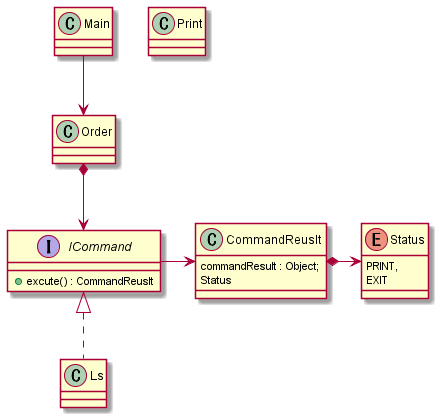
Earlier version of the PlantUML export rust-order/out/クラス図/クラス図/RustOrderクラス図.png (elm-niconico/AppDesign). The source it was exported from:
```plantuml
@startuml RustOrderクラス図
    class Main
    class Order
    enum Status{
        PRINT,
        EXIT
    }

    class Print{

    }

    class CommandReuslt{
        commandResult : Object;
        Status
    }


    interface ICommand{
        + excute() : CommandReuslt
    }

    class Ls {}

    Main  -down-> Order

    CommandReuslt *-> Status

    ICommand -right-> CommandReuslt
    Order *-down-> ICommand
    Ls .up.|> ICommand

@enduml
```
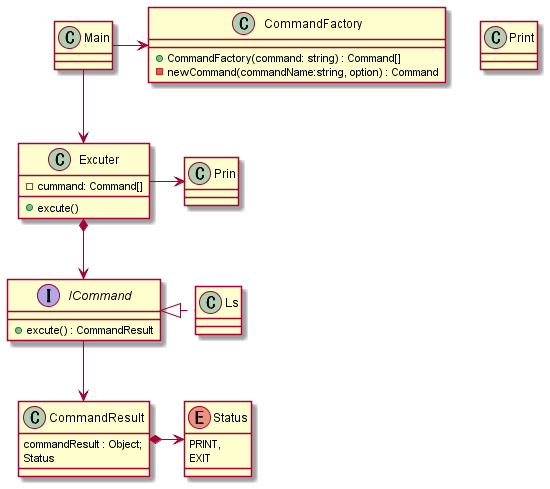
Later version of the same file.

Commit message:
クラス図の修正

Change to the diagram source:
```diff
@@ -1,33 +1,44 @@
 @startuml RustOrderクラス図
     class Main
-    class Order
+
     enum Status{
         PRINT,
         EXIT
+    }
+
+    class Excuter{
+        - cummand: Command[]
+        + excute()
     }
 
     class Print{
 
     }
 
-    class CommandReuslt{
+    class CommandResult{
         commandResult : Object;
         Status
     }
 
-
     interface ICommand{
-        + excute() : CommandReuslt
+        + excute() : CommandResult
     }
 
     class Ls {}
 
-    Main  -down-> Order
+    class CommandFactory{
+        + CommandFactory(command: string) : Command[]
+        - newCommand(commandName:string, option) : Command
+    }
 
-    CommandReuslt *-> Status
+    CommandResult *-> Status
+    Main -> CommandFactory
+    Main -down-> Excuter
+    Excuter *-down-> ICommand
+    Excuter -> Prin
 
-    ICommand -right-> CommandReuslt
-    Order *-down-> ICommand
-    Ls .up.|> ICommand
+    ICommand -down-> CommandResult
+    Ls .left.|> ICommand
+
 
 @enduml
```
